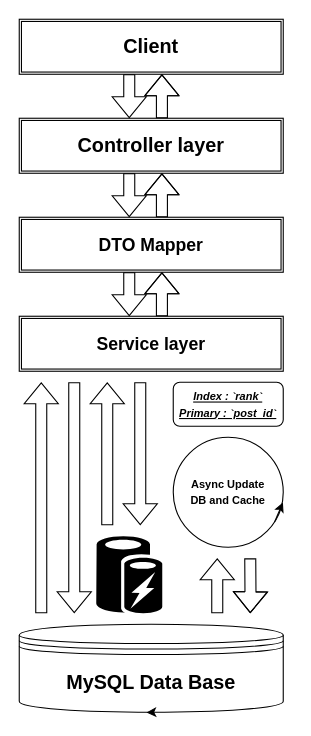
Earlier version of the draw.io diagram diagram.drawio (YamtalDev/HackerNews-API). Source tidied: cells renumbered, new cells numbered last; positions are measured from the earlier drawing's top-left corner, leaving out a move shared by most shapes. Both pictures are drawn from the tidied source at 110%, with x=0, y=0 at pixel (19, 19).
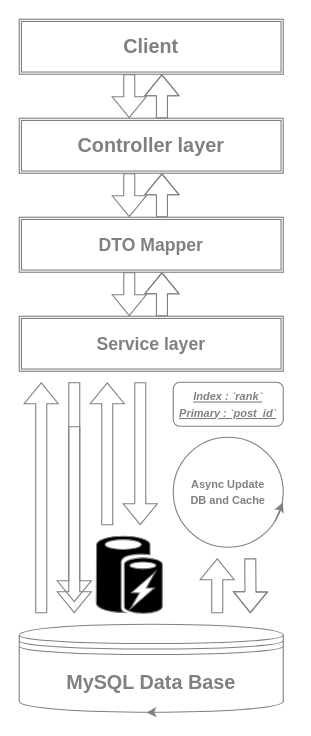
Above is the later version.

Commit message (it also covers changes not shown here):
Updating image of the diagram to include the caching mechanism

Change to the diagram source:
```diff
@@
-    <mxCell id="2" value="&lt;font color=&quot;#000000&quot; size=&quot;3&quot;&gt;&lt;b&gt;DTO Mapper&lt;/b&gt;&lt;/font&gt;" style="shape=ext;double=1;rounded=0;whiteSpace=wrap;html=1;fillColor=none;strokeColor=#000000;" parent="1" vertex="1">
+    <mxCell id="2" value="&lt;font color=&quot;#808080&quot; size=&quot;3&quot;&gt;&lt;b style=&quot;&quot;&gt;DTO Mapper&lt;/b&gt;&lt;/font&gt;" style="shape=ext;double=1;rounded=0;whiteSpace=wrap;html=1;fillColor=none;strokeColor=#808080;" parent="1" vertex="1">
       <mxGeometry y="180" width="240" height="50" as="geometry" />
     </mxCell>
-    <mxCell id="3" value="&lt;b&gt;&lt;font color=&quot;#000000&quot; style=&quot;font-size: 18px;&quot;&gt;Controller layer&lt;/font&gt;&lt;/b&gt;" style="shape=ext;double=1;rounded=0;whiteSpace=wrap;html=1;fillColor=none;strokeColor=#000000;" parent="1" vertex="1">
+    <mxCell id="3" value="&lt;b&gt;&lt;font color=&quot;#808080&quot; style=&quot;font-size: 18px;&quot;&gt;Controller layer&lt;/font&gt;&lt;/b&gt;" style="shape=ext;double=1;rounded=0;whiteSpace=wrap;html=1;fillColor=none;strokeColor=#808080;" parent="1" vertex="1">
       <mxGeometry y="90" width="240" height="50" as="geometry" />
     </mxCell>
-    <mxCell id="4" value="&lt;b style=&quot;&quot;&gt;&lt;font color=&quot;#000000&quot; style=&quot;font-size: 18px;&quot;&gt;Client&lt;/font&gt;&lt;/b&gt;" style="shape=ext;double=1;rounded=0;whiteSpace=wrap;html=1;fillColor=none;strokeColor=#000000;" parent="1" vertex="1">
+    <mxCell id="4" value="&lt;b style=&quot;&quot;&gt;&lt;font color=&quot;#808080&quot; style=&quot;font-size: 18px;&quot;&gt;Client&lt;/font&gt;&lt;/b&gt;" style="shape=ext;double=1;rounded=0;whiteSpace=wrap;html=1;fillColor=none;strokeColor=#808080;" parent="1" vertex="1">
       <mxGeometry width="240" height="50" as="geometry" />
     </mxCell>
-    <mxCell id="5" style="shape=flexArrow;endArrow=classic;html=1;strokeColor=#000000;fillColor=none;rounded=0;" parent="1" edge="1">
+    <mxCell id="5" style="shape=flexArrow;endArrow=classic;html=1;strokeColor=#808080;fillColor=none;rounded=0;" parent="1" edge="1">
       <mxGeometry relative="1" as="geometry">
         <mxPoint x="80" y="460" as="sourcePoint" />
         <mxPoint x="80" y="330" as="targetPoint" />
       </mxGeometry>
     </mxCell>
-    <mxCell id="6" style="shape=flexArrow;endArrow=classic;html=1;strokeColor=#00000000;fillColor=none;rounded=0;" parent="1" edge="1">
+    <mxCell id="6" style="shape=flexArrow;endArrow=classic;html=1;strokeColor=#808080;fillColor=none;rounded=0;" parent="1" edge="1">
       <mxGeometry relative="1" as="geometry">
         <mxPoint x="50" y="370" as="sourcePoint" />
         <mxPoint x="50" y="530" as="targetPoint" />
       </mxGeometry>
     </mxCell>
-    <mxCell id="7" value="&lt;b&gt;&lt;font color=&quot;#000000&quot; style=&quot;font-size: 18px;&quot;&gt;MySQL Data Base&lt;/font&gt;&lt;/b&gt;" style="shape=datastore;whiteSpace=wrap;html=1;strokeColor=#000000;fillColor=none;rounded=0;" parent="1" vertex="1">
+    <mxCell id="7" value="&lt;b&gt;&lt;font color=&quot;#808080&quot; style=&quot;font-size: 18px;&quot;&gt;MySQL Data Base&lt;/font&gt;&lt;/b&gt;" style="shape=datastore;whiteSpace=wrap;html=1;strokeColor=#808080;fillColor=none;rounded=0;" parent="1" vertex="1">
       <mxGeometry y="550" width="240" height="80" as="geometry" />
     </mxCell>
-    <mxCell id="8" value="&lt;font style=&quot;&quot;&gt;&lt;b style=&quot;&quot;&gt;&lt;font style=&quot;font-size: 10px;&quot; color=&quot;#000000&quot;&gt;Async Update&lt;br&gt;DB and Cache&lt;/font&gt;&lt;br&gt;&lt;/b&gt;&lt;/font&gt;" style="ellipse;whiteSpace=wrap;html=1;fontSize=11;rounded=0;perimeterSpacing=0;shadow=0;fillColor=none;strokeColor=#000000;" parent="1" vertex="1">
+    <mxCell id="8" value="&lt;font style=&quot;&quot;&gt;&lt;b style=&quot;&quot;&gt;&lt;font color=&quot;#808080&quot; style=&quot;font-size: 10px;&quot;&gt;Async Update&lt;br&gt;DB and Cache&lt;/font&gt;&lt;br&gt;&lt;/b&gt;&lt;/font&gt;" style="ellipse;whiteSpace=wrap;html=1;fontSize=11;rounded=0;perimeterSpacing=0;shadow=0;fillColor=none;strokeColor=#808080;" parent="1" vertex="1">
       <mxGeometry x="140" y="380" width="100" height="100" as="geometry" />
     </mxCell>
-    <mxCell id="9" style="endArrow=classic;html=1;fontSize=11;exitX=0.921;exitY=0.771;exitDx=0;exitDy=0;exitPerimeter=0;entryX=0.997;entryY=0.593;entryDx=0;entryDy=0;entryPerimeter=0;rounded=0;strokeColor=#000000;" parent="1" edge="1" source="8" target="8">
+    <mxCell id="9" style="endArrow=classic;html=1;fontSize=11;exitX=0.921;exitY=0.771;exitDx=0;exitDy=0;exitPerimeter=0;entryX=0.997;entryY=0.593;entryDx=0;entryDy=0;entryPerimeter=0;rounded=0;strokeColor=#808080;" parent="1" edge="1" source="8" target="8">
       <mxGeometry relative="1" as="geometry" />
     </mxCell>
-    <mxCell id="10" style="edgeStyle=none;html=1;exitX=0.5;exitY=1;exitDx=0;exitDy=0;entryX=0.482;entryY=1.002;entryDx=0;entryDy=0;entryPerimeter=0;fontSize=10;curved=1;strokeColor=#000000;" parent="1" edge="1" source="7" target="7">
+    <mxCell id="10" style="edgeStyle=none;html=1;exitX=0.5;exitY=1;exitDx=0;exitDy=0;entryX=0.482;entryY=1.002;entryDx=0;entryDy=0;entryPerimeter=0;fontSize=10;curved=1;strokeColor=#808080;" parent="1" edge="1" source="7" target="7">
       <mxGeometry relative="1" as="geometry" />
     </mxCell>
-    <mxCell id="11" style="shape=flexArrow;endArrow=classic;html=1;fillColor=none;rounded=0;strokeColor=#000000;" parent="1" edge="1">
+    <mxCell id="11" style="shape=flexArrow;endArrow=classic;html=1;fillColor=none;rounded=0;strokeColor=#808080;" parent="1" edge="1">
       <mxGeometry relative="1" as="geometry">
         <mxPoint x="129.7" y="270" as="sourcePoint" />
         <mxPoint x="129.7" y="230" as="targetPoint" />
         <Array as="points">
           <mxPoint x="129.7" y="260" />
           <mxPoint x="129.7" y="250" />
         </Array>
       </mxGeometry>
     </mxCell>
-    <mxCell id="12" style="shape=flexArrow;endArrow=classic;html=1;fontSize=10;fillColor=none;rounded=0;strokeColor=#000000;" parent="1" edge="1">
+    <mxCell id="12" style="shape=flexArrow;endArrow=classic;html=1;fontSize=10;fillColor=none;rounded=0;strokeColor=#808080;" parent="1" edge="1">
       <mxGeometry relative="1" as="geometry">
         <mxPoint x="100" y="230" as="sourcePoint" />
         <mxPoint x="100" y="270" as="targetPoint" />
       </mxGeometry>
     </mxCell>
-    <mxCell id="13" style="shape=flexArrow;endArrow=classic;html=1;fillColor=none;rounded=0;strokeColor=#000000;" parent="1" edge="1">
+    <mxCell id="13" style="shape=flexArrow;endArrow=classic;html=1;fillColor=none;rounded=0;strokeColor=#808080;" parent="1" edge="1">
       <mxGeometry relative="1" as="geometry">
         <mxPoint x="129.7" y="180" as="sourcePoint" />
         <mxPoint x="129.7" y="140" as="targetPoint" />
         <Array as="points">
           <mxPoint x="129.7" y="170" />
           <mxPoint x="129.7" y="160" />
         </Array>
       </mxGeometry>
     </mxCell>
-    <mxCell id="14" style="shape=flexArrow;endArrow=classic;html=1;fontSize=10;fillColor=none;rounded=0;strokeColor=#000000;" parent="1" edge="1">
+    <mxCell id="14" style="shape=flexArrow;endArrow=classic;html=1;fontSize=10;fillColor=none;rounded=0;strokeColor=#808080;" parent="1" edge="1">
       <mxGeometry relative="1" as="geometry">
         <mxPoint x="100" y="140" as="sourcePoint" />
         <mxPoint x="100" y="180" as="targetPoint" />
       </mxGeometry>
     </mxCell>
-    <mxCell id="15" style="shape=flexArrow;endArrow=classic;html=1;fontSize=10;fillColor=none;rounded=0;strokeColor=#000000;" parent="1" edge="1">
+    <mxCell id="15" style="shape=flexArrow;endArrow=classic;html=1;fontSize=10;fillColor=none;rounded=0;strokeColor=#808080;" parent="1" edge="1">
       <mxGeometry relative="1" as="geometry">
         <mxPoint x="100" y="50" as="sourcePoint" />
         <mxPoint x="100" y="90" as="targetPoint" />
       </mxGeometry>
     </mxCell>
-    <mxCell id="16" style="shape=flexArrow;endArrow=classic;html=1;fillColor=none;rounded=0;strokeColor=#000000;" parent="1" edge="1">
+    <mxCell id="16" style="shape=flexArrow;endArrow=classic;html=1;fillColor=none;rounded=0;strokeColor=#808080;" parent="1" edge="1">
       <mxGeometry relative="1" as="geometry">
         <mxPoint x="129.7" y="90" as="sourcePoint" />
         <mxPoint x="129.7" y="50" as="targetPoint" />
         <Array as="points">
           <mxPoint x="129.7" y="80" />
           <mxPoint x="129.7" y="70" />
         </Array>
       </mxGeometry>
     </mxCell>
-    <mxCell id="17" value="&lt;font color=&quot;#000000&quot; size=&quot;3&quot;&gt;&lt;b&gt;Service layer&lt;/b&gt;&lt;/font&gt;" style="shape=ext;double=1;rounded=0;whiteSpace=wrap;html=1;fillColor=none;strokeColor=#000000;" parent="1" vertex="1">
+    <mxCell id="17" value="&lt;font color=&quot;#808080&quot; size=&quot;3&quot;&gt;&lt;b style=&quot;&quot;&gt;Service layer&lt;/b&gt;&lt;/font&gt;" style="shape=ext;double=1;rounded=0;whiteSpace=wrap;html=1;fillColor=none;strokeColor=#808080;" parent="1" vertex="1">
       <mxGeometry y="270" width="240" height="50" as="geometry" />
     </mxCell>
-    <mxCell id="18" value="&lt;font color=&quot;#000000&quot; style=&quot;font-size: 10px;&quot;&gt;&lt;i style=&quot;font-weight: 700; text-align: left;&quot;&gt;&lt;u style=&quot;&quot;&gt;Index : `rank`&lt;br&gt;&lt;/u&gt;&lt;/i&gt;&lt;u style=&quot;font-weight: 700; text-align: left;&quot;&gt;&lt;i style=&quot;&quot;&gt;Primary : `post_id`&lt;/i&gt;&lt;/u&gt;&lt;/font&gt;" style="rounded=1;whiteSpace=wrap;html=1;fillColor=none;strokeColor=#000000;" parent="1" vertex="1">
+    <mxCell id="18" value="&lt;font color=&quot;#808080&quot; style=&quot;font-size: 10px;&quot;&gt;&lt;i style=&quot;font-weight: 700; text-align: left;&quot;&gt;&lt;u style=&quot;&quot;&gt;Index : `rank`&lt;br&gt;&lt;/u&gt;&lt;/i&gt;&lt;u style=&quot;font-weight: 700; text-align: left;&quot;&gt;&lt;i style=&quot;&quot;&gt;Primary : `post_id`&lt;/i&gt;&lt;/u&gt;&lt;/font&gt;" style="rounded=1;whiteSpace=wrap;html=1;fillColor=none;strokeColor=#808080;" parent="1" vertex="1">
       <mxGeometry x="140" y="330" width="100" height="40" as="geometry" />
     </mxCell>
-    <mxCell id="19" style="shape=flexArrow;endArrow=classic;html=1;strokeColor=#000000;fillColor=none;rounded=0;" parent="1" edge="1">
+    <mxCell id="19" style="shape=flexArrow;endArrow=classic;html=1;strokeColor=#808080;fillColor=none;rounded=0;" parent="1" edge="1">
       <mxGeometry relative="1" as="geometry">
         <mxPoint x="110" y="330" as="sourcePoint" />
         <mxPoint x="110" y="460" as="targetPoint" />
       </mxGeometry>
     </mxCell>
-    <mxCell id="20" style="shape=flexArrow;endArrow=classic;html=1;strokeColor=#000000;fillColor=none;rounded=0;" parent="1" edge="1">
+    <mxCell id="20" style="shape=flexArrow;endArrow=classic;html=1;strokeColor=#808080;fillColor=none;rounded=0;" parent="1" edge="1">
       <mxGeometry relative="1" as="geometry">
         <mxPoint x="210" y="490" as="sourcePoint" />
         <mxPoint x="210" y="540" as="targetPoint" />
         <Array as="points">
           <mxPoint x="210.2" y="520" />
         </Array>
       </mxGeometry>
     </mxCell>
-    <mxCell id="21" style="shape=flexArrow;endArrow=classic;html=1;strokeColor=#000000;fillColor=none;rounded=0;" parent="1" edge="1">
+    <mxCell id="21" style="shape=flexArrow;endArrow=classic;html=1;strokeColor=#808080;fillColor=none;rounded=0;" parent="1" edge="1">
       <mxGeometry relative="1" as="geometry">
         <mxPoint x="180" y="540" as="sourcePoint" />
         <mxPoint x="180" y="490" as="targetPoint" />
       </mxGeometry>
     </mxCell>
-    <mxCell id="22" style="verticalLabelPosition=bottom;html=1;verticalAlign=top;align=center;strokeColor=none;fillColor=#000000;shape=mxgraph.azure.azure_cache;fontSize=8;" parent="1" vertex="1">
+    <mxCell id="22" style="verticalLabelPosition=bottom;html=1;verticalAlign=top;align=center;strokeColor=#808080;fillColor=#000000;shape=mxgraph.azure.azure_cache;fontSize=8;" parent="1" vertex="1">
       <mxGeometry x="70" y="470" width="60" height="70" as="geometry" />
     </mxCell>
-    <mxCell id="23" style="shape=flexArrow;endArrow=classic;html=1;strokeColor=#000000;fillColor=none;rounded=0;" parent="1" edge="1">
+    <mxCell id="23" style="shape=flexArrow;endArrow=classic;html=1;strokeColor=#808080;fillColor=none;rounded=0;" parent="1" edge="1">
       <mxGeometry relative="1" as="geometry">
         <mxPoint x="50" y="330" as="sourcePoint" />
         <mxPoint x="50" y="540" as="targetPoint" />
       </mxGeometry>
     </mxCell>
-    <mxCell id="24" style="shape=flexArrow;endArrow=classic;html=1;strokeColor=#000000;fillColor=none;rounded=0;" parent="1" edge="1">
+    <mxCell id="24" style="shape=flexArrow;endArrow=classic;html=1;strokeColor=#808080;fillColor=none;rounded=0;" parent="1" edge="1">
       <mxGeometry relative="1" as="geometry">
         <mxPoint x="20" y="540" as="sourcePoint" />
         <mxPoint x="20" y="330" as="targetPoint" />
       </mxGeometry>
     </mxCell>
```
